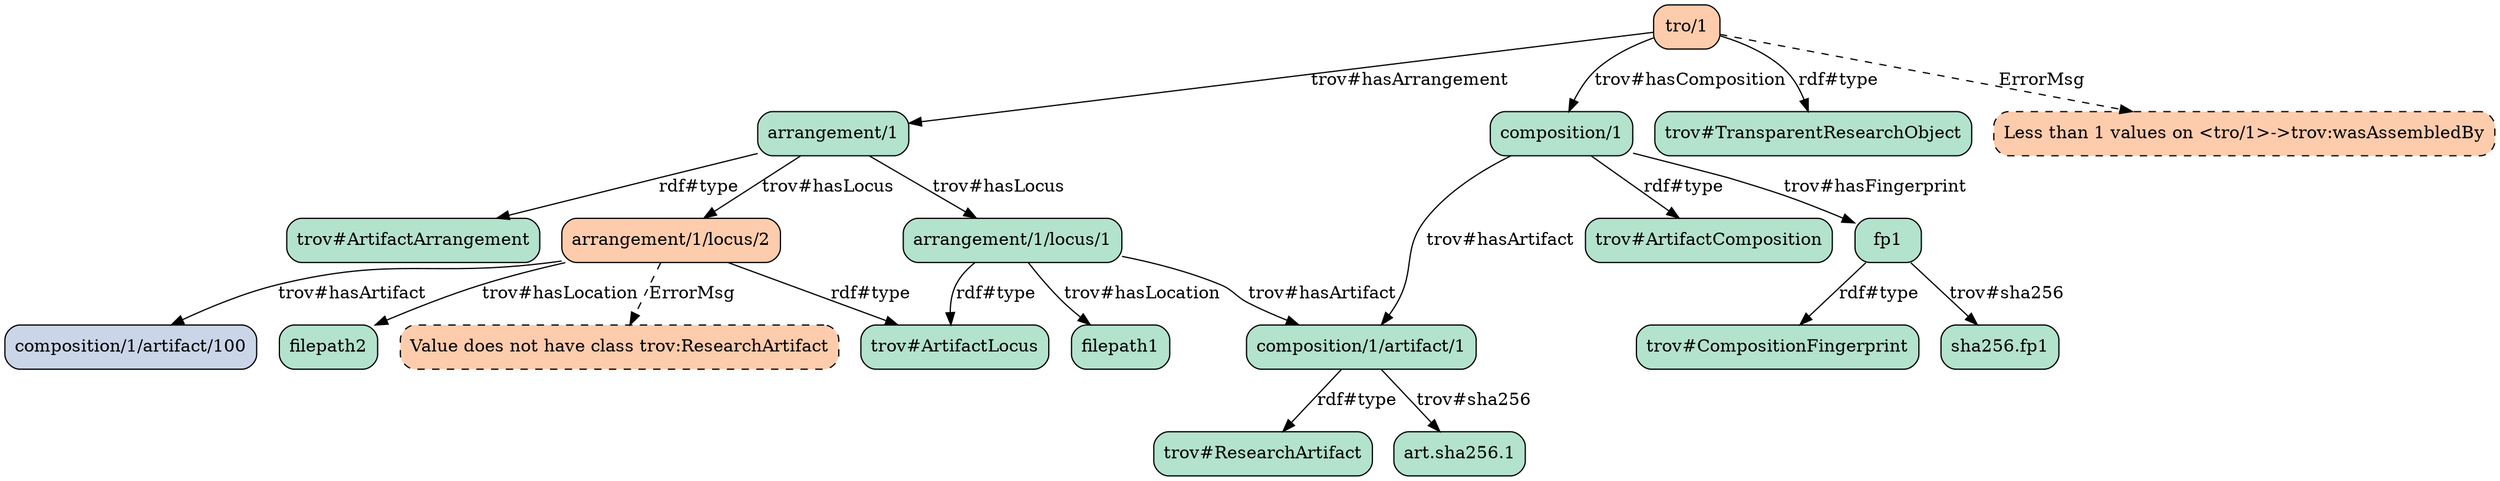
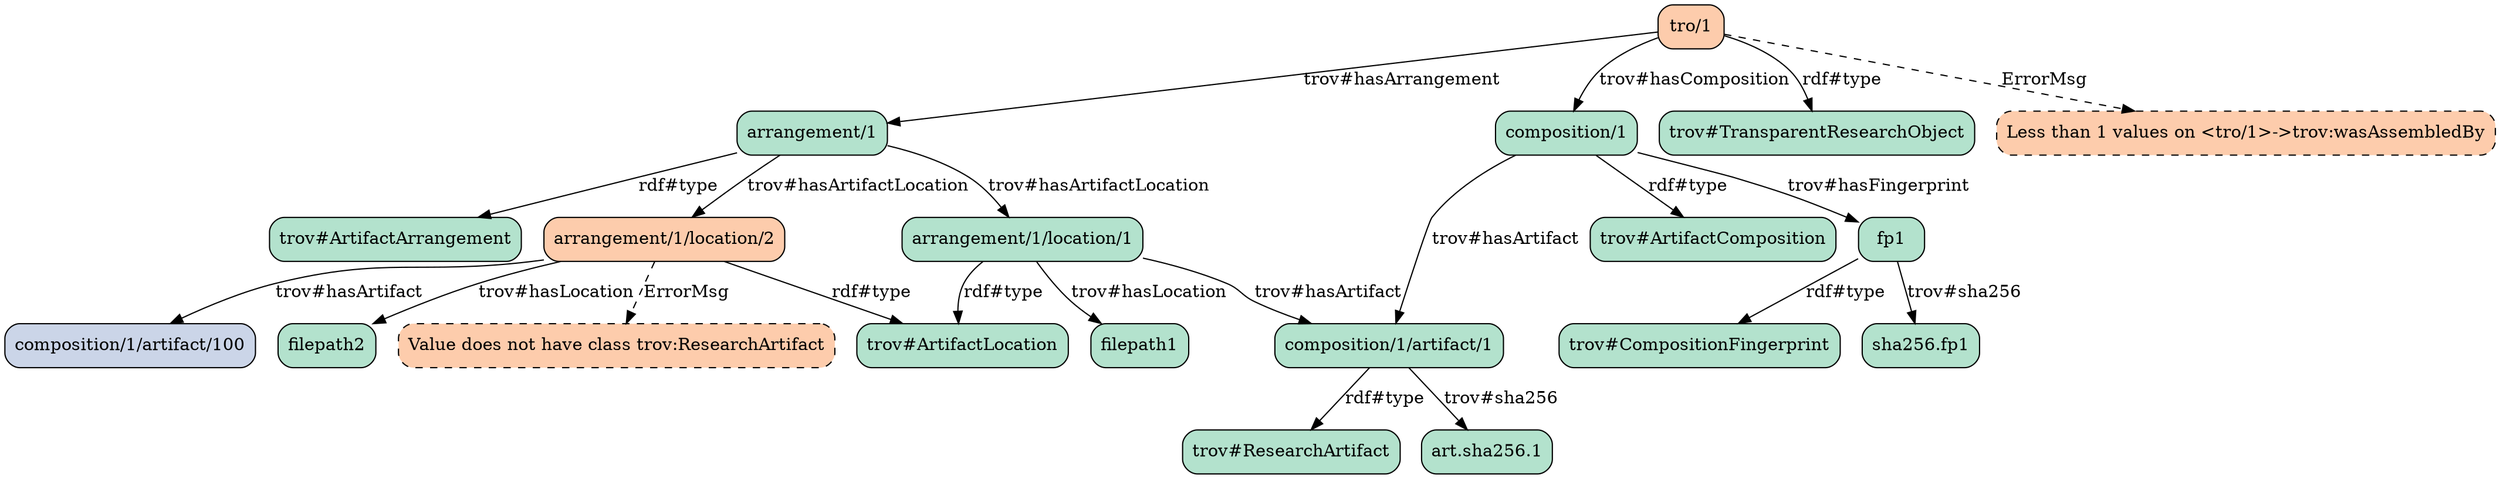
strict digraph "" {
	"arrangement/1"	[fillcolor="#b3e2cd",
		shape=box,
		style="filled, rounded"];
	"trov#ArtifactArrangement"	[fillcolor="#b3e2cd",
		shape=box,
		style="filled, rounded"];
	"arrangement/1" -> "trov#ArtifactArrangement"	[label="rdf#type"];
- 	"arrangement/1/locus/1"	[fillcolor="#b3e2cd",
+ 	"arrangement/1/location/1"	[fillcolor="#b3e2cd",
		shape=box,
		style="filled, rounded"];
- 	"arrangement/1" -> "arrangement/1/locus/1"	[label="trov#hasLocus"];
- 	"arrangement/1/locus/2"	[fillcolor="#fdccac",
+ 	"arrangement/1" -> "arrangement/1/location/1"	[label="trov#hasArtifactLocation"];
+ 	"arrangement/1/location/2"	[fillcolor="#fdccac",
		shape=box,
		style="filled, rounded"];
- 	"arrangement/1" -> "arrangement/1/locus/2"	[label="trov#hasLocus"];
- 	"trov#ArtifactLocus"	[fillcolor="#b3e2cd",
+ 	"arrangement/1" -> "arrangement/1/location/2"	[label="trov#hasArtifactLocation"];
+ 	"trov#ArtifactLocation"	[fillcolor="#b3e2cd",
		shape=box,
		style="filled, rounded"];
- 	"arrangement/1/locus/1" -> "trov#ArtifactLocus"	[label="rdf#type"];
+ 	"arrangement/1/location/1" -> "trov#ArtifactLocation"	[label="rdf#type"];
	"composition/1/artifact/1"	[fillcolor="#b3e2cd",
		shape=box,
		style="filled, rounded"];
- 	"arrangement/1/locus/1" -> "composition/1/artifact/1"	[label="trov#hasArtifact"];
+ 	"arrangement/1/location/1" -> "composition/1/artifact/1"	[label="trov#hasArtifact"];
	filepath1	[fillcolor="#b3e2cd",
		shape=box,
		style="filled, rounded"];
- 	"arrangement/1/locus/1" -> filepath1	[label="trov#hasLocation"];
- 	"arrangement/1/locus/2" -> "trov#ArtifactLocus"	[label="rdf#type"];
+ 	"arrangement/1/location/1" -> filepath1	[label="trov#hasLocation"];
+ 	"arrangement/1/location/2" -> "trov#ArtifactLocation"	[label="rdf#type"];
	"composition/1/artifact/100"	[fillcolor="#cbd5e8",
		shape=box,
		style="filled, rounded"];
- 	"arrangement/1/locus/2" -> "composition/1/artifact/100"	[label="trov#hasArtifact"];
+ 	"arrangement/1/location/2" -> "composition/1/artifact/100"	[label="trov#hasArtifact"];
	filepath2	[fillcolor="#b3e2cd",
		shape=box,
		style="filled, rounded"];
- 	"arrangement/1/locus/2" -> filepath2	[label="trov#hasLocation"];
+ 	"arrangement/1/location/2" -> filepath2	[label="trov#hasLocation"];
	"Value does not have class trov:ResearchArtifact"	[fillcolor="#fdccac",
		shape=box,
		style="filled, rounded, dashed"];
- 	"arrangement/1/locus/2" -> "Value does not have class trov:ResearchArtifact"	[label=ErrorMsg,
+ 	"arrangement/1/location/2" -> "Value does not have class trov:ResearchArtifact"	[label=ErrorMsg,
		style=dashed];
	"trov#ResearchArtifact"	[fillcolor="#b3e2cd",
		shape=box,
		style="filled, rounded"];
	"composition/1/artifact/1" -> "trov#ResearchArtifact"	[label="rdf#type"];
	"art.sha256.1"	[fillcolor="#b3e2cd",
		shape=box,
		style="filled, rounded"];
	"composition/1/artifact/1" -> "art.sha256.1"	[label="trov#sha256"];
	"composition/1"	[fillcolor="#b3e2cd",
		shape=box,
		style="filled, rounded"];
	"composition/1" -> "composition/1/artifact/1"	[label="trov#hasArtifact"];
	"trov#ArtifactComposition"	[fillcolor="#b3e2cd",
		shape=box,
		style="filled, rounded"];
	"composition/1" -> "trov#ArtifactComposition"	[label="rdf#type"];
	fp1	[fillcolor="#b3e2cd",
		shape=box,
		style="filled, rounded"];
	"composition/1" -> fp1	[label="trov#hasFingerprint"];
	"trov#CompositionFingerprint"	[fillcolor="#b3e2cd",
		shape=box,
		style="filled, rounded"];
	fp1 -> "trov#CompositionFingerprint"	[label="rdf#type"];
	"sha256.fp1"	[fillcolor="#b3e2cd",
		shape=box,
		style="filled, rounded"];
	fp1 -> "sha256.fp1"	[label="trov#sha256"];
	"tro/1"	[fillcolor="#fdccac",
		shape=box,
		style="filled, rounded"];
	"tro/1" -> "arrangement/1"	[label="trov#hasArrangement"];
	"tro/1" -> "composition/1"	[label="trov#hasComposition"];
	"trov#TransparentResearchObject"	[fillcolor="#b3e2cd",
		shape=box,
		style="filled, rounded"];
	"tro/1" -> "trov#TransparentResearchObject"	[label="rdf#type"];
	"Less than 1 values on <tro/1>->trov:wasAssembledBy"	[fillcolor="#fdccac",
		shape=box,
		style="filled, rounded, dashed"];
	"tro/1" -> "Less than 1 values on <tro/1>->trov:wasAssembledBy"	[label=ErrorMsg,
		style=dashed];
}
